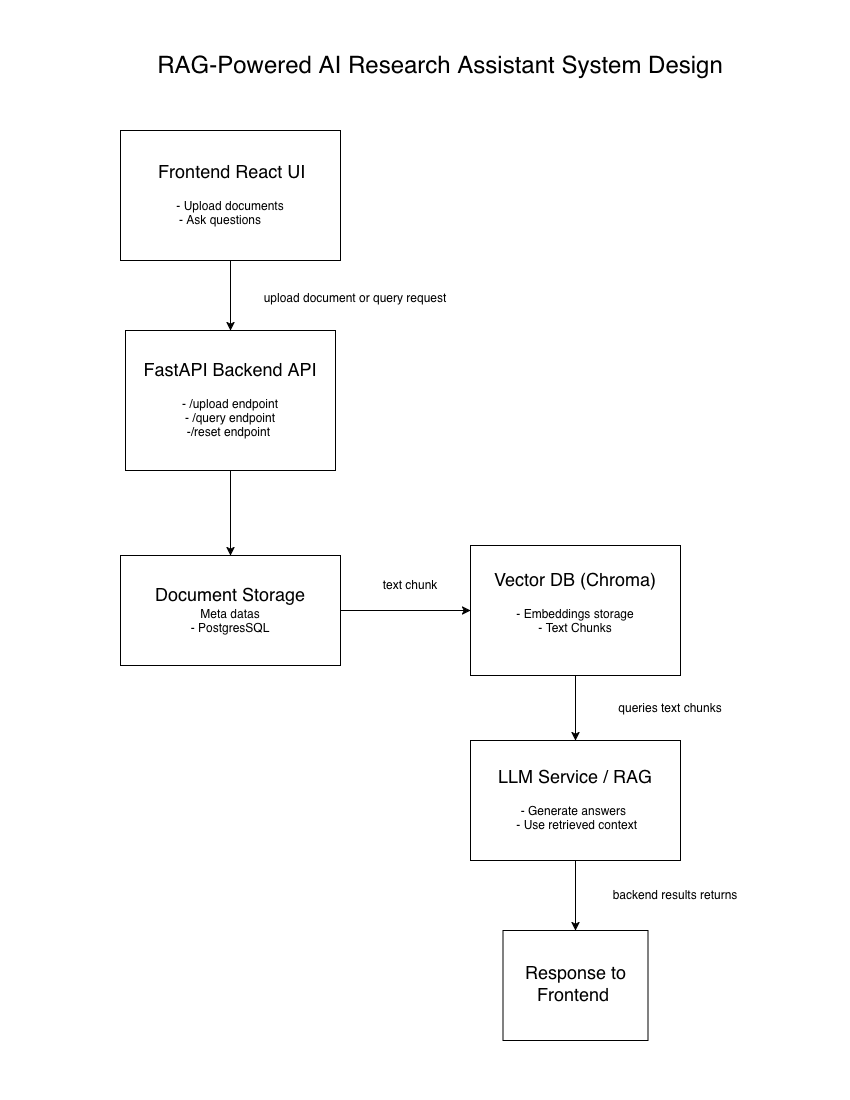
This is diagrams/rag_research_assistant.png from ckwan/rag_research_assistant, a draw.io export, as it was before one commit. Source tidied: cells renumbered, new cells last; positions are measured from the earlier drawing's top-left corner, leaving out a move shared by most shapes.
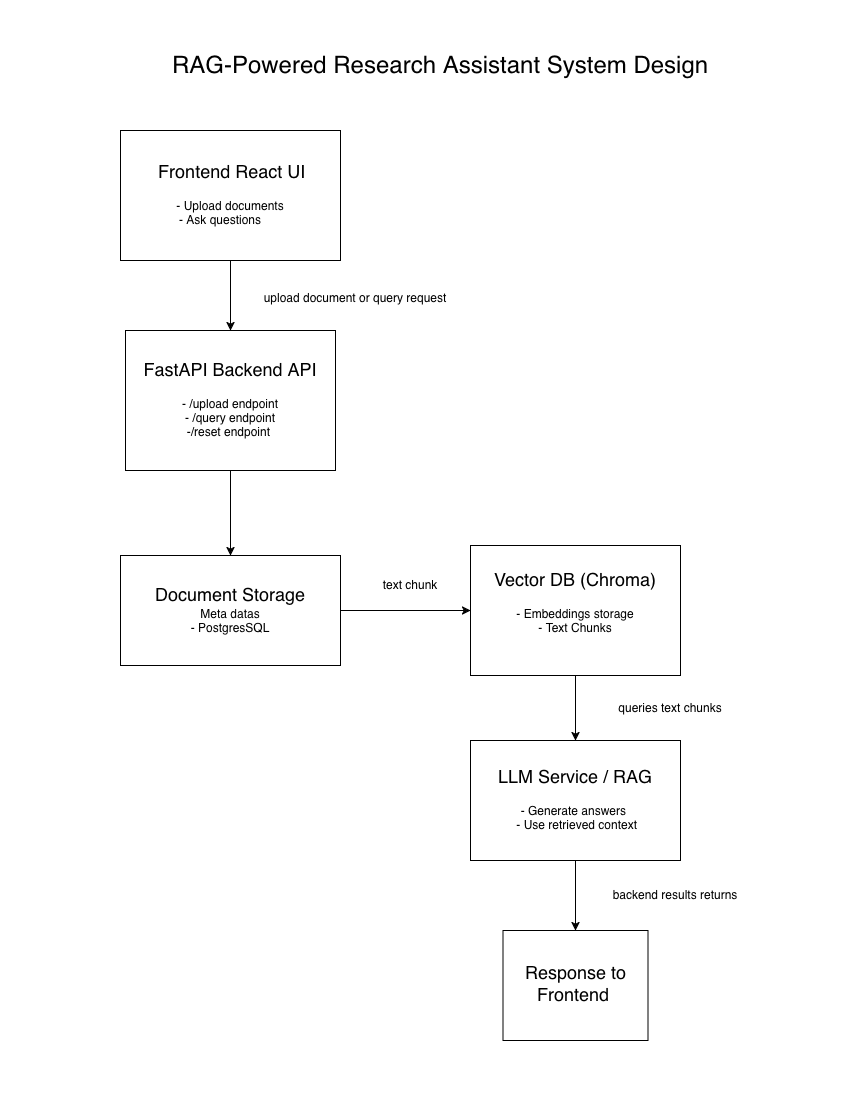
Later version of the same file.

What changed in the source:
```diff
@@ -35,7 +35,7 @@
     <mxCell id="12" value="&lt;font style=&quot;font-size: 18px;&quot;&gt;Response to Frontend&amp;nbsp;&lt;/font&gt;" style="whiteSpace=wrap;html=1;" parent="1" vertex="1">
       <mxGeometry x="422.5" y="850" width="145" height="110" as="geometry" />
     </mxCell>
-    <mxCell id="13" value="&lt;font style=&quot;font-size: 24px;&quot;&gt;RAG-Powered AI Research Assistant&lt;/font&gt;&lt;font style=&quot;font-size: 24px;&quot;&gt;&amp;nbsp;System Design&lt;/font&gt;&lt;div&gt;&lt;font size=&quot;3&quot;&gt;&lt;br&gt;&lt;/font&gt;&lt;/div&gt;&lt;div&gt;&lt;font size=&quot;3&quot;&gt;&lt;br&gt;&lt;br&gt;&lt;/font&gt;&lt;/div&gt;" style="text;html=1;whiteSpace=wrap;strokeColor=none;fillColor=none;align=center;verticalAlign=middle;rounded=0;" parent="1" vertex="1">
+    <mxCell id="13" value="&lt;font style=&quot;font-size: 24px;&quot;&gt;RAG-Powered Research Assistant&lt;/font&gt;&lt;font style=&quot;font-size: 24px;&quot;&gt;&amp;nbsp;System Design&lt;/font&gt;&lt;div&gt;&lt;font size=&quot;3&quot;&gt;&lt;br&gt;&lt;/font&gt;&lt;/div&gt;&lt;div&gt;&lt;font size=&quot;3&quot;&gt;&lt;br&gt;&lt;br&gt;&lt;/font&gt;&lt;/div&gt;" style="text;html=1;whiteSpace=wrap;strokeColor=none;fillColor=none;align=center;verticalAlign=middle;rounded=0;" parent="1" vertex="1">
       <mxGeometry width="720" height="30" as="geometry" />
     </mxCell>
     <mxCell id="14" value="&lt;div&gt;upload document or query request&lt;/div&gt;&lt;div&gt;&lt;br&gt;&lt;/div&gt;" style="text;html=1;whiteSpace=wrap;strokeColor=none;fillColor=none;align=center;verticalAlign=middle;rounded=0;" parent="1" vertex="1">
```
